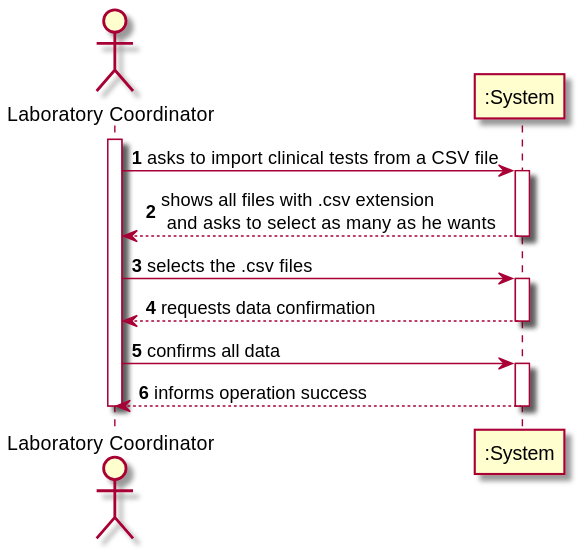
The PlantUML diagram docs/SprintD/US17_ImportClinicalTests/US017_SSD.svg in Pedromaia26/LAPR2-ISEP, before a commit. The source it was exported from:
```plantuml
@startuml

autonumber

actor "Laboratory Coordinator" as LC
participant ":System" as S

activate LC

LC -> S: asks to import clinical tests from a CSV file
activate S
S --> LC: shows all files with .csv extension\n and asks to select as many as he wants
deactivate S
LC -> S: selects the .csv files
activate S
S --> LC: requests data confirmation
deactivate S
LC -> S: confirms all data
activate S
S --> LC: informs operation success
deactivate S

deactivate LC

@enduml
```
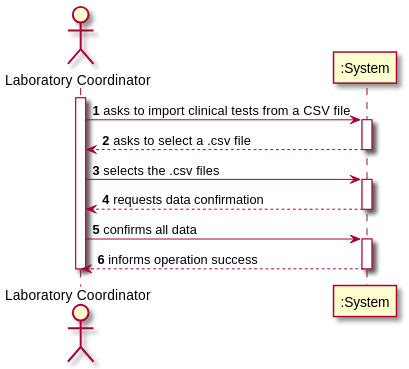
The same file after the commit.

What changed in the source:
```diff
@@ -9,7 +9,7 @@
 
 LC -> S: asks to import clinical tests from a CSV file
 activate S
-S --> LC: shows all files with .csv extension\n and asks to select as many as he wants
+S --> LC:   asks to select a .csv file
 deactivate S
 LC -> S: selects the .csv files
 activate S
```
